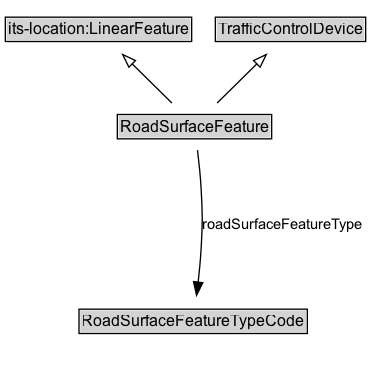
The Graphviz diagram docs/diagrams/RoadSurfaceFeature.dot.png in k-vaughn/ontology-its-regulation, before a commit. Its source is kept beside it as docs/diagrams/RoadSurfaceFeature.dot.
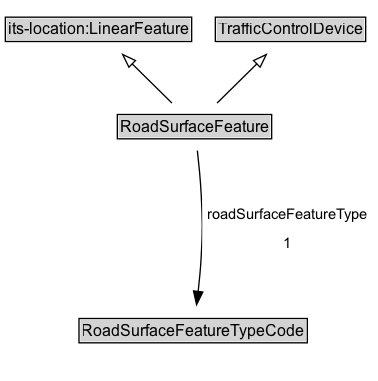
The same file after the commit.

The edit, as a diff of the source:
```diff
@@ -21,5 +21,5 @@
 	RoadSurfaceFeature -> Invis [style=invis]
 	Invis -> RoadSurfaceFeatureTypeCode [style=invis]
 	RoadSurfaceFeatureTypeCode [label=<<TABLE BORDER="1" CELLBORDER="0" CELLSPACING="0" CELLPADDING="1"><TR><TD BGCOLOR="lightgray" ALIGN="CENTER">RoadSurfaceFeatureTypeCode</TD></TR></TABLE>> URL="../RoadSurfaceFeatureTypeCode" margin=0]
-	RoadSurfaceFeature -> RoadSurfaceFeatureTypeCode [label=roadSurfaceFeatureType arrowhead=normal style=solid]
+	RoadSurfaceFeature -> RoadSurfaceFeatureTypeCode [label=<<TABLE BORDER="0" CELLBORDER="0" CELLSPACING="0" CELLPADDING="4" BGCOLOR="white"><TR><TD ALIGN="CENTER">roadSurfaceFeatureType</TD></TR><TR><TD ALIGN="CENTER">1</TD></TR></TABLE>> arrowhead=normal style=solid]
 }
```
